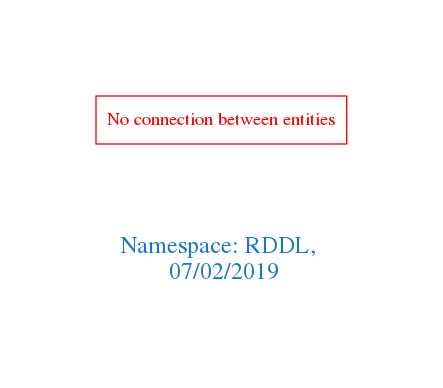
Earlier version of the Graphviz export downloads/RDDL.png (arago/OGIT). Its source is kept beside it as downloads/RDDL.dot.
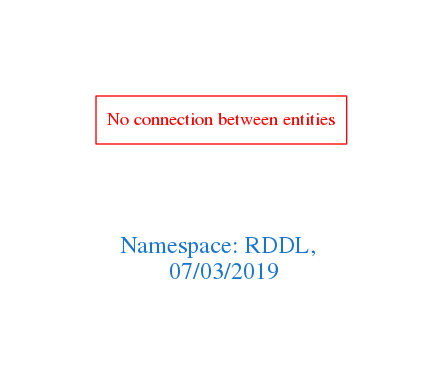
After the commit.

Change to the diagram source:
```diff
@@ -1,7 +1,7 @@
 digraph OGIT_ontology {
  graph [ rankdir= LR,pad=1
 fontsize = 18,
-fontcolor= dodgerblue3,label = "\n\n\nNamespace: RDDL, \n 07/02/2019"];
+fontcolor= dodgerblue3,label = "\n\n\nNamespace: RDDL, \n 07/03/2019"];
 node[shape=polygon];
 edge [  color="gray81"];
 
```
